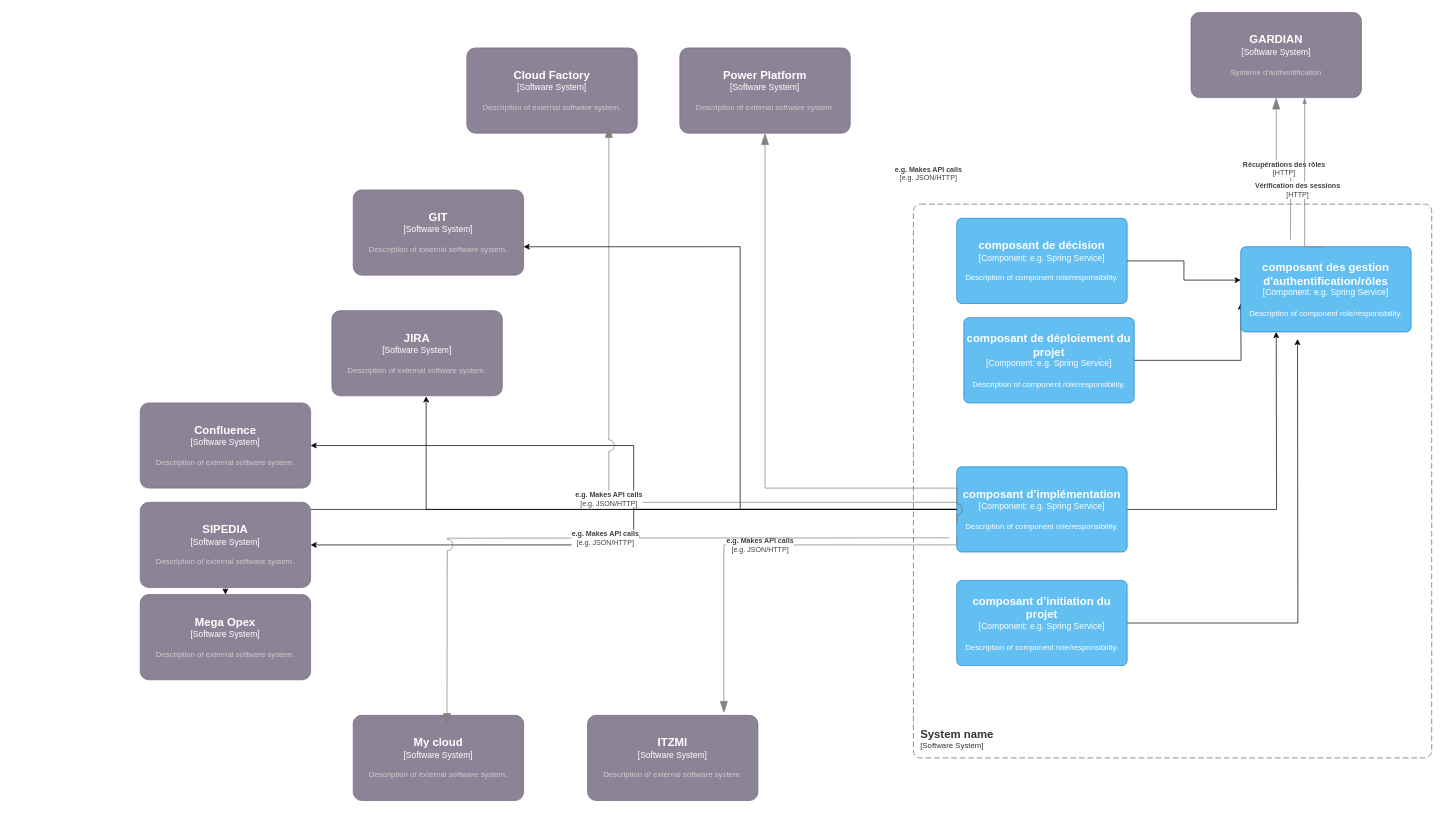
Earlier version of the draw.io diagram page "backend-component" (3 of 3) of containers-diagram.drawio (marwaSahli/c4-diagrams). Source tidied: cells renumbered, new cells numbered last; positions are measured from the earlier drawing's top-left corner, leaving out a move shared by most shapes. Both pictures are drawn from the tidied source at 71%, with x=0, y=0 at pixel (140, 12).
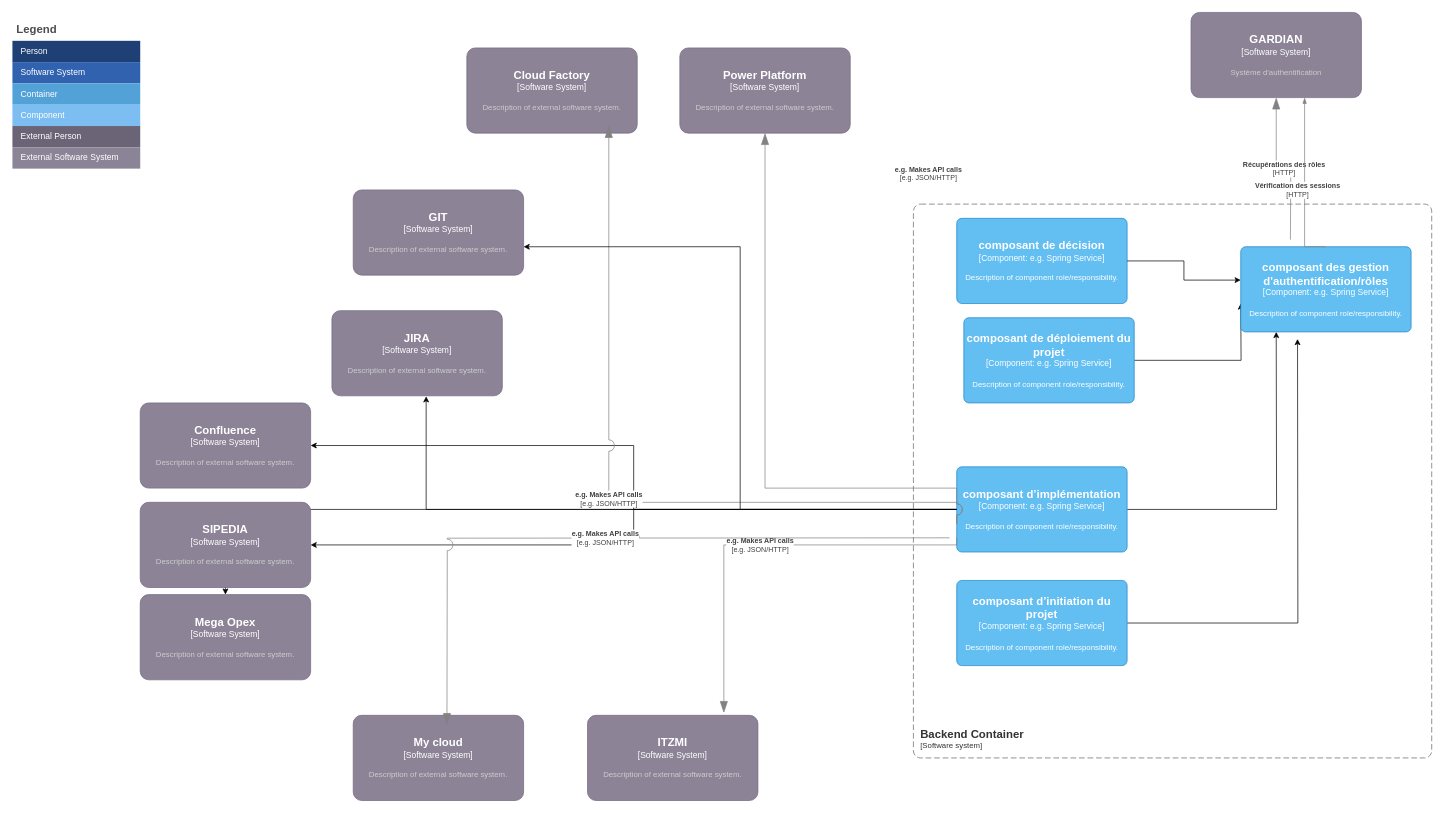
The same page after the edit.

The edit, as a diff of the source:
```diff
@@
-    <object id="2" label="&lt;font style=&quot;font-size: 16px&quot;&gt;&lt;b&gt;&lt;div style=&quot;text-align: left&quot;&gt;%c4Name%&lt;/div&gt;&lt;/b&gt;&lt;/font&gt;&lt;div style=&quot;text-align: left&quot;&gt;[%c4Application%]&lt;/div&gt;" c4Application="Software System" c4Name="System name" placeholders="1">
+    <object id="2" label="&lt;font style=&quot;font-size: 16px&quot;&gt;&lt;b&gt;&lt;div style=&quot;text-align: left&quot;&gt;%c4Name%&lt;/div&gt;&lt;/b&gt;&lt;/font&gt;&lt;div style=&quot;text-align: left&quot;&gt;[%c4Application%]&lt;/div&gt;" c4Application="Software system" c4Name="Backend Container" placeholders="1">
       <mxCell style="rounded=1;fontSize=11;whiteSpace=wrap;html=1;dashed=1;arcSize=20;fillColor=none;strokeColor=#666666;fontColor=#333333;labelBackgroundColor=none;align=left;verticalAlign=bottom;labelBorderColor=none;spacingTop=0;spacing=10;dashPattern=8 4;perimeter=rectanglePerimeter;noLabel=0;labelPadding=0;absoluteArcSize=1;" parent="1" vertex="1">
         <mxGeometry x="1089" y="270" width="730" height="780" as="geometry" />
       </mxCell>
     </object>
@@
+    <mxCell id="33" value="Legend" style="shape=table;startSize=30;childLayout=tableLayout;fontSize=16;align=left;verticalAlign=top;fillColor=none;strokeColor=none;fontColor=#4D4D4D;fontStyle=1;spacingLeft=6;spacing=0;" parent="1" vertex="1">
+      <mxGeometry x="-180" y="10" width="180" height="210" as="geometry" />
+    </mxCell>
+    <mxCell id="34" style="shape=tableRow;horizontal=0;startSize=0;swimlaneHead=0;swimlaneBody=0;strokeColor=inherit;top=0;left=0;bottom=0;right=0;fillColor=none;fontSize=12;" parent="33" vertex="1">
+      <mxGeometry y="30" width="180" height="30" as="geometry" />
+    </mxCell>
+    <mxCell id="35" value="Person" style="shape=partialRectangle;html=1;whiteSpace=wrap;strokeColor=inherit;overflow=hidden;fillColor=#1E4074;top=0;left=0;bottom=0;right=0;fontSize=12;align=left;fontColor=#FFFFFF;gradientColor=none;spacingLeft=10;spacingRight=4;" parent="34" vertex="1">
+      <mxGeometry width="180" height="30" as="geometry" />
+    </mxCell>
+    <mxCell id="36" style="shape=tableRow;horizontal=0;startSize=0;swimlaneHead=0;swimlaneBody=0;strokeColor=inherit;top=0;left=0;bottom=0;right=0;fillColor=none;fontSize=12;" parent="33" vertex="1">
+      <mxGeometry y="60" width="180" height="30" as="geometry" />
+    </mxCell>
+    <mxCell id="37" value="Software System" style="shape=partialRectangle;html=1;whiteSpace=wrap;strokeColor=inherit;overflow=hidden;fillColor=#3162AF;top=0;left=0;bottom=0;right=0;fontSize=12;align=left;fontColor=#FFFFFF;gradientColor=none;spacingLeft=10;spacingRight=4;" parent="36" vertex="1">
+      <mxGeometry width="180" height="30" as="geometry" />
+    </mxCell>
+    <mxCell id="38" style="shape=tableRow;horizontal=0;startSize=0;swimlaneHead=0;swimlaneBody=0;strokeColor=inherit;top=0;left=0;bottom=0;right=0;fillColor=none;fontSize=12;" parent="33" vertex="1">
+      <mxGeometry y="90" width="180" height="30" as="geometry" />
+    </mxCell>
+    <mxCell id="39" value="Container" style="shape=partialRectangle;html=1;whiteSpace=wrap;strokeColor=inherit;overflow=hidden;fillColor=#52a2d8;top=0;left=0;bottom=0;right=0;fontSize=12;align=left;fontColor=#FFFFFF;gradientColor=none;spacingLeft=10;spacingRight=4;" parent="38" vertex="1">
+      <mxGeometry width="180" height="30" as="geometry" />
+    </mxCell>
+    <mxCell id="40" style="shape=tableRow;horizontal=0;startSize=0;swimlaneHead=0;swimlaneBody=0;strokeColor=inherit;top=0;left=0;bottom=0;right=0;fillColor=none;fontSize=12;" parent="33" vertex="1">
+      <mxGeometry y="120" width="180" height="30" as="geometry" />
+    </mxCell>
+    <mxCell id="41" value="Component" style="shape=partialRectangle;html=1;whiteSpace=wrap;strokeColor=inherit;overflow=hidden;fillColor=#7dbef2;top=0;left=0;bottom=0;right=0;fontSize=12;align=left;fontColor=#FFFFFF;gradientColor=none;spacingLeft=10;spacingRight=4;" parent="40" vertex="1">
+      <mxGeometry width="180" height="30" as="geometry" />
+    </mxCell>
+    <mxCell id="42" style="shape=tableRow;horizontal=0;startSize=0;swimlaneHead=0;swimlaneBody=0;strokeColor=inherit;top=0;left=0;bottom=0;right=0;fillColor=none;fontSize=12;" parent="33" vertex="1">
+      <mxGeometry y="150" width="180" height="30" as="geometry" />
+    </mxCell>
+    <mxCell id="43" value="External Person" style="shape=partialRectangle;html=1;whiteSpace=wrap;strokeColor=inherit;overflow=hidden;fillColor=#6b6477;top=0;left=0;bottom=0;right=0;fontSize=12;align=left;fontColor=#FFFFFF;gradientColor=none;spacingLeft=10;spacingRight=4;" parent="42" vertex="1">
+      <mxGeometry width="180" height="30" as="geometry" />
+    </mxCell>
+    <mxCell id="44" style="shape=tableRow;horizontal=0;startSize=0;swimlaneHead=0;swimlaneBody=0;strokeColor=inherit;top=0;left=0;bottom=0;right=0;fillColor=none;fontSize=12;" parent="33" vertex="1">
+      <mxGeometry y="180" width="180" height="30" as="geometry" />
+    </mxCell>
+    <mxCell id="45" value="External Software System" style="shape=partialRectangle;html=1;whiteSpace=wrap;strokeColor=inherit;overflow=hidden;fillColor=#8b8496;top=0;left=0;bottom=0;right=0;fontSize=12;align=left;fontColor=#FFFFFF;gradientColor=none;spacingLeft=10;spacingRight=4;" parent="44" vertex="1">
+      <mxGeometry width="180" height="30" as="geometry" />
+    </mxCell>
```
